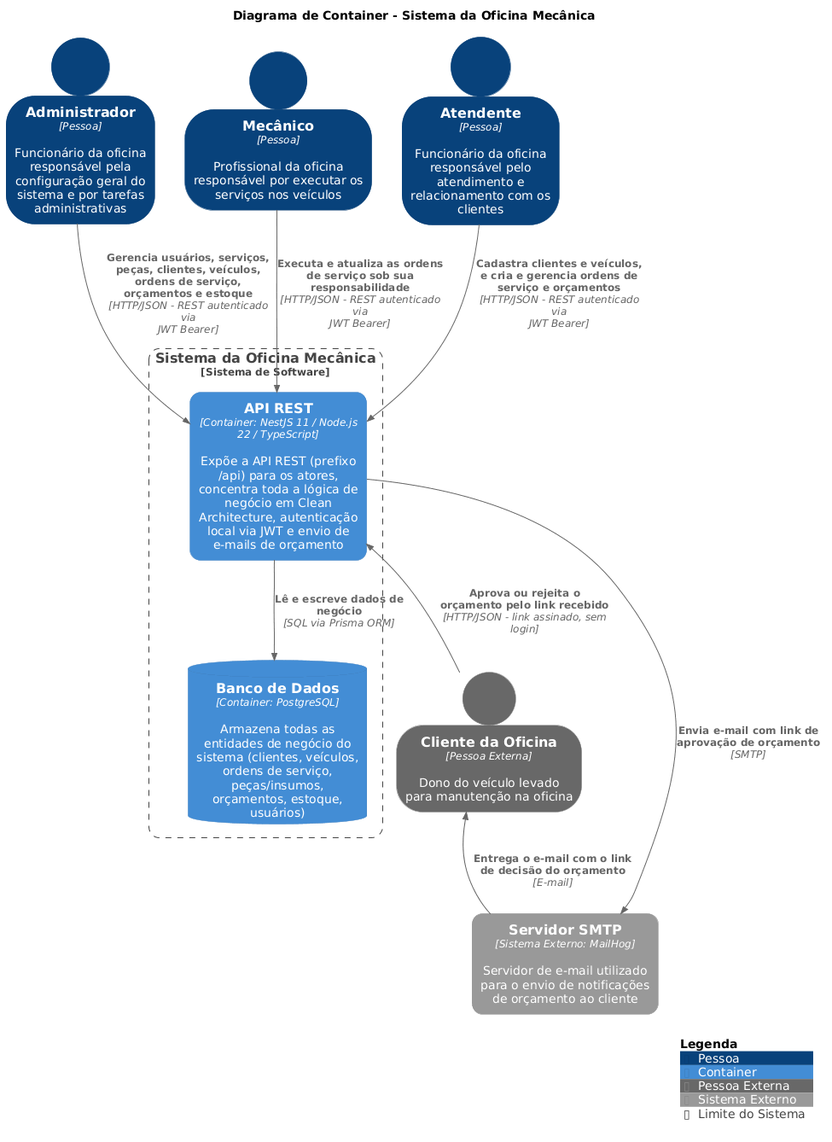
Above: docs/c4/images/c4-container.png in FIAP-15SOAT/oficina-mecanica-app (PlantUML), before the change.
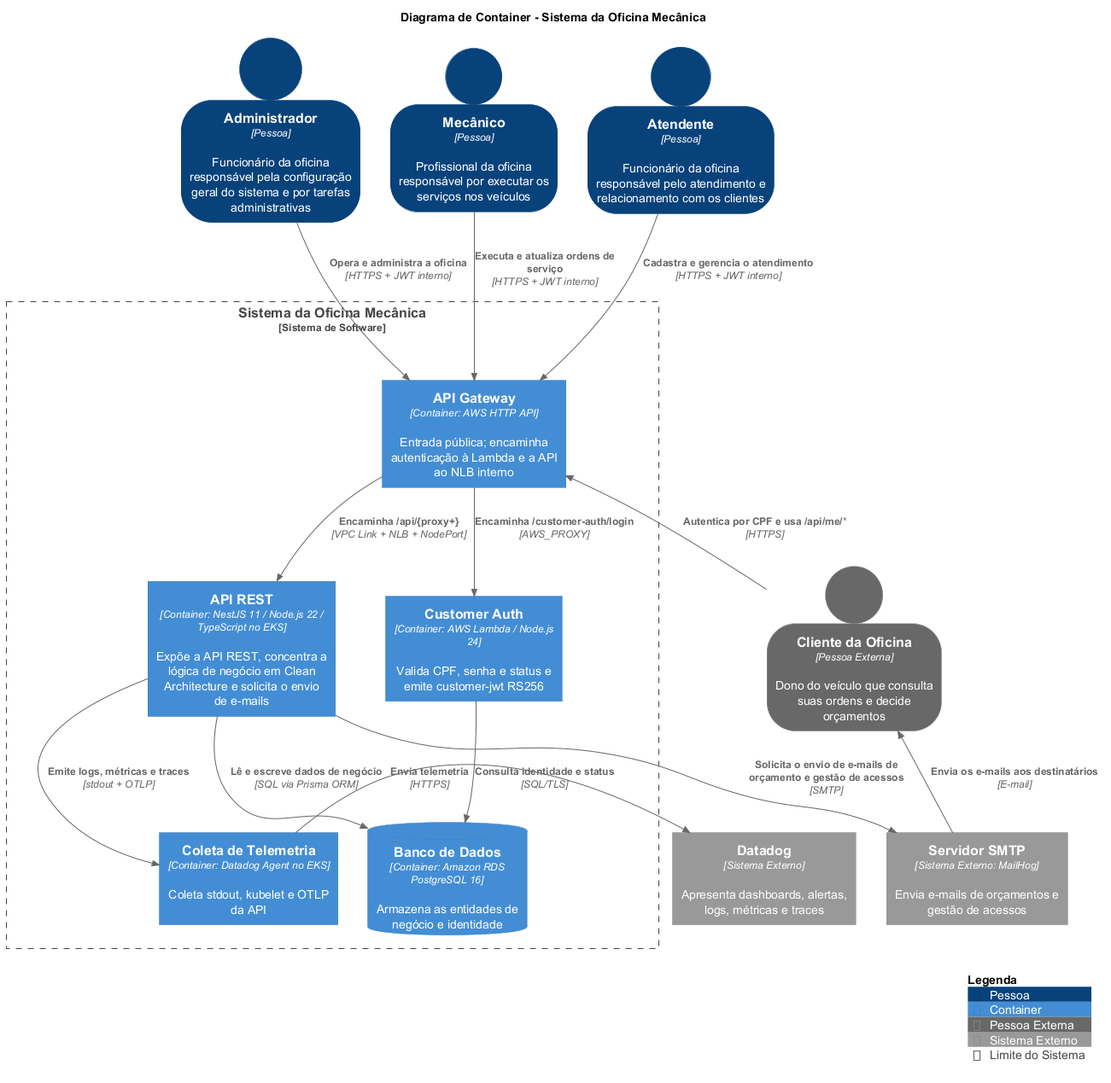
Above is the later version.

Diff of the diagram source:
```diff
@@ -1,5 +1,5 @@
 @startuml c4-container
-!include lib/C4-PlantUML/C4_Container.puml
+!includeurl https://raw.githubusercontent.com/plantuml-stdlib/C4-PlantUML/v2.14.0/C4_Container.puml
 
 !$LEGEND_TITLE_TEXT = "Legenda"
 UpdateElementStyle("person", $legendText="Pessoa")
@@ -16,23 +16,33 @@
 Person(admin, "Administrador", "Funcionário da oficina responsável pela configuração geral do sistema e por tarefas administrativas")
 Person(mecanico, "Mecânico", "Profissional da oficina responsável por executar os serviços nos veículos")
 Person(atendente, "Atendente", "Funcionário da oficina responsável pelo atendimento e relacionamento com os clientes")
-Person_Ext(cliente, "Cliente da Oficina", "Dono do veículo levado para manutenção na oficina")
+Person_Ext(cliente, "Cliente da Oficina", "Dono do veículo que consulta suas ordens e decide orçamentos")
 
 System_Boundary(oficina, "Sistema da Oficina Mecânica") {
-    Container(api, "API REST", "NestJS 11 / Node.js 22 / TypeScript", "Expõe a API REST (prefixo /api) para os atores, concentra toda a lógica de negócio em Clean Architecture, autenticação local via JWT e envio de e-mails de orçamento")
-    ContainerDb(postgres, "Banco de Dados", "PostgreSQL", "Armazena todas as entidades de negócio do sistema (clientes, veículos, ordens de serviço, peças/insumos, orçamentos, estoque, usuários)")
+    Container(gateway, "API Gateway", "AWS HTTP API", "Entrada pública; encaminha autenticação à Lambda e a API ao NLB interno")
+    Container(api, "API REST", "NestJS 11 / Node.js 22 / TypeScript no EKS", "Expõe a API REST, concentra a lógica de negócio em Clean Architecture e solicita o envio de e-mails")
+    Container(lambda, "Customer Auth", "AWS Lambda / Node.js 24", "Valida CPF, senha e status e emite customer-jwt RS256")
+    ContainerDb(postgres, "Banco de Dados", "Amazon RDS PostgreSQL 16", "Armazena as entidades de negócio e identidade")
+    Container(agent, "Coleta de Telemetria", "Datadog Agent no EKS", "Coleta stdout, kubelet e OTLP da API")
 }
+System_Ext(smtp, "Servidor SMTP", "Envia e-mails de orçamentos e gestão de acessos", $type="MailHog")
+System_Ext(datadog, "Datadog", "Apresenta dashboards, alertas, logs, métricas e traces")
 
-System_Ext(smtp, "Servidor SMTP", "Servidor de e-mail utilizado para o envio de notificações de orçamento ao cliente", $type="MailHog")
+Rel(admin, gateway, "Opera e administra a oficina", "HTTPS + JWT interno")
+Rel(mecanico, gateway, "Executa e atualiza ordens de serviço", "HTTPS + JWT interno")
+Rel(atendente, gateway, "Cadastra e gerencia o atendimento", "HTTPS + JWT interno")
+Rel_U(cliente, gateway, "Autentica por CPF e usa /api/me/*", "HTTPS")
+Rel_R(gateway, lambda, "Encaminha /customer-auth/login", "AWS_PROXY")
+Rel_D(gateway, api, "Encaminha /api/{proxy+}", "VPC Link + NLB + NodePort")
+Rel_D(lambda, postgres, "Consulta identidade e status", "SQL/TLS")
+Rel_D(api, postgres, "Lê e escreve dados de negócio", "SQL via Prisma ORM")
+Rel_R(api, smtp, "Solicita o envio de e-mails de orçamento e gestão de acessos", "SMTP")
+Rel_U(smtp, cliente, "Envia os e-mails aos destinatários", "E-mail")
+Rel_D(api, agent, "Emite logs, métricas e traces", "stdout + OTLP")
+Rel_R(agent, datadog, "Envia telemetria", "HTTPS")
 
-Rel(admin, api, "Gerencia usuários, serviços, peças, clientes, veículos, ordens de serviço, orçamentos e estoque", "HTTP/JSON - REST autenticado via JWT Bearer")
-Rel(mecanico, api, "Executa e atualiza as ordens de serviço sob sua responsabilidade", "HTTP/JSON - REST autenticado via JWT Bearer")
-Rel(atendente, api, "Cadastra clientes e veículos, e cria e gerencia ordens de serviço e orçamentos", "HTTP/JSON - REST autenticado via JWT Bearer")
-Rel_U(cliente, api, "Aprova ou rejeita o orçamento pelo link recebido", "HTTP/JSON - link assinado, sem login")
-
-Rel_D(api, postgres, "Lê e escreve dados de negócio", "SQL via Prisma ORM")
-Rel_R(api, smtp, "Envia e-mail com link de aprovação de orçamento", "SMTP")
-Rel_U(smtp, cliente, "Entrega o e-mail com o link de decisão do orçamento", "E-mail")
-
+Lay_R(api, lambda)
+Lay_D(api, agent)
+Lay_R(agent, postgres)
 SHOW_LEGEND()
 @enduml
```
